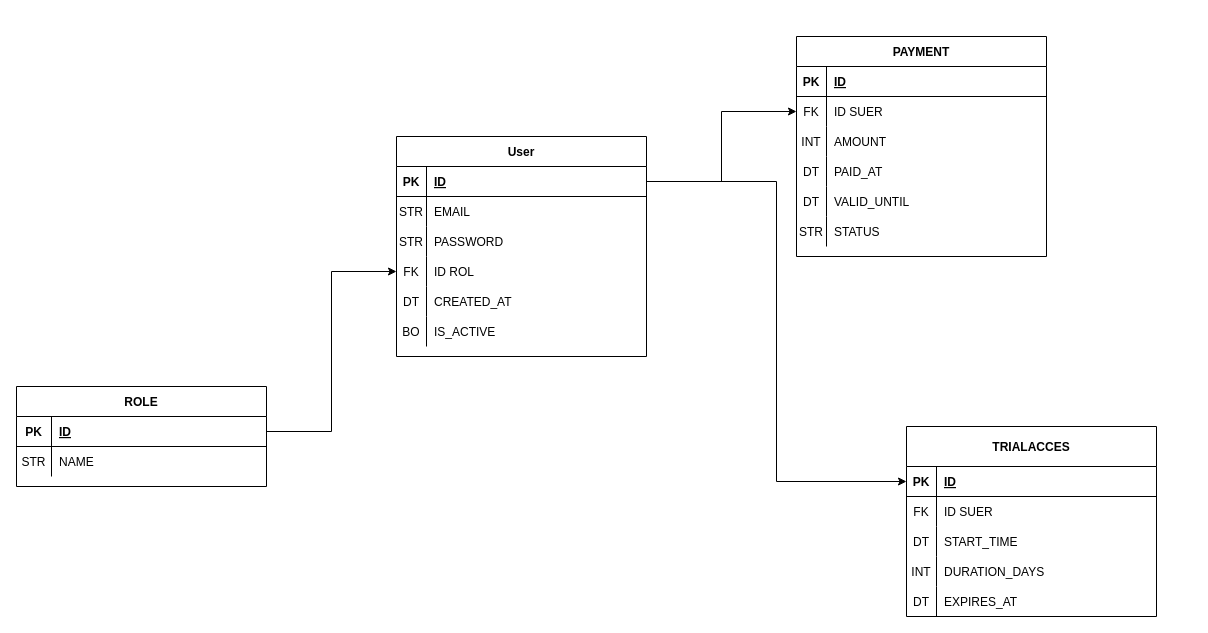
This is DB.drawio from info-iactiva/next-gac-content-plataform, a draw.io file, before an edit. Source tidied: cells renumbered, new cells numbered last; positions are measured from the earlier drawing's top-left corner, leaving out a move shared by most shapes. Both pictures are drawn from the tidied source at 100%, with x=0, y=0 at pixel (16, 36).
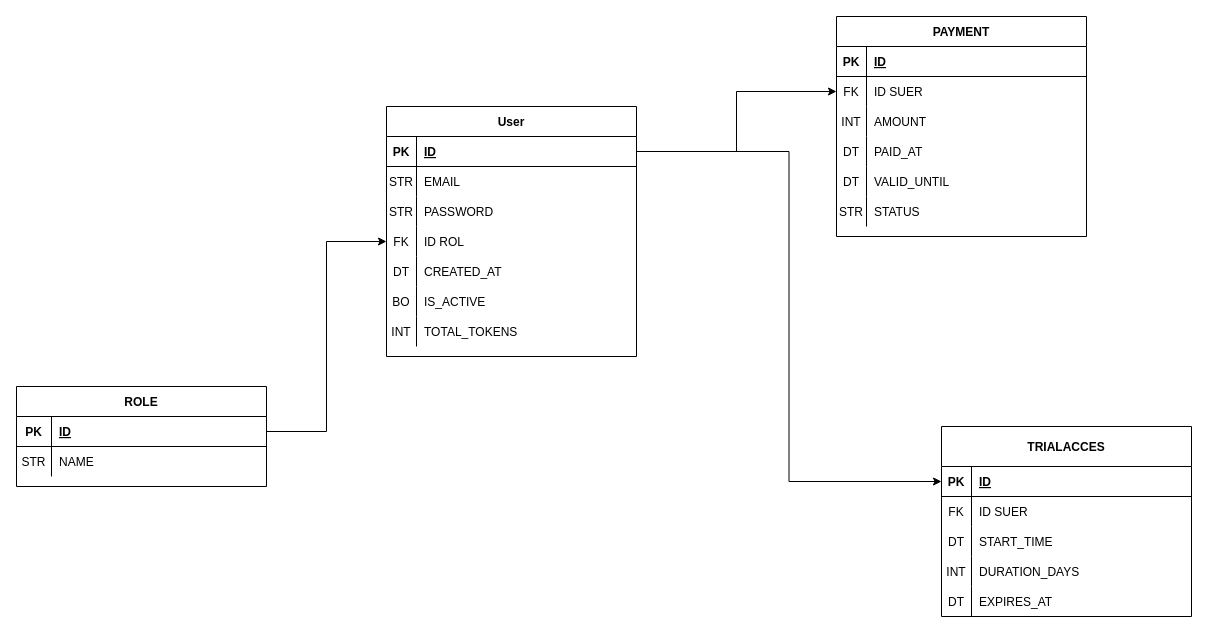
After the change.

Change to the diagram source:
```diff
@@
     <mxCell id="9" value="PAYMENT" style="shape=table;startSize=30;childLayout=tableLayout;rowLines=0;fontStyle=1;align=center;" parent="1" vertex="1">
-      <mxGeometry x="780" width="250" height="220" as="geometry" />
+      <mxGeometry x="820" y="-20" width="250" height="220" as="geometry" />
     </mxCell>
@@
     <mxCell id="28" value="User" style="shape=table;startSize=30;childLayout=tableLayout;rowLines=0;fontStyle=1;align=center;" parent="1" vertex="1">
-      <mxGeometry x="380" y="100" width="250" height="220" as="geometry" />
+      <mxGeometry x="370" y="70" width="250" height="250" as="geometry" />
     </mxCell>
@@
+    <mxCell id="66" style="shape=partialRectangle;fillColor=none;top=0;left=0;right=0;bottom=0;" parent="28" vertex="1">
+      <mxGeometry y="210" width="250" height="30" as="geometry" />
+    </mxCell>
+    <mxCell id="67" value="INT" style="shape=partialRectangle;overflow=hidden;fillColor=none;top=0;left=0;bottom=0;right=0;" parent="66" vertex="1">
+      <mxGeometry width="30" height="30" as="geometry" />
+    </mxCell>
+    <mxCell id="68" value="TOTAL_TOKENS" style="shape=partialRectangle;overflow=hidden;fillColor=none;top=0;left=0;bottom=0;right=0;align=left;spacingLeft=6;" parent="66" vertex="1">
+      <mxGeometry x="30" width="220" height="30" as="geometry" />
+    </mxCell>
     <mxCell id="47" value="TRIALACCES" style="shape=table;startSize=40;childLayout=tableLayout;rowLines=0;fontStyle=1;align=center;" parent="1" vertex="1">
-      <mxGeometry x="890" y="390" width="250" height="190" as="geometry" />
+      <mxGeometry x="925" y="390" width="250" height="190" as="geometry" />
     </mxCell>
```
